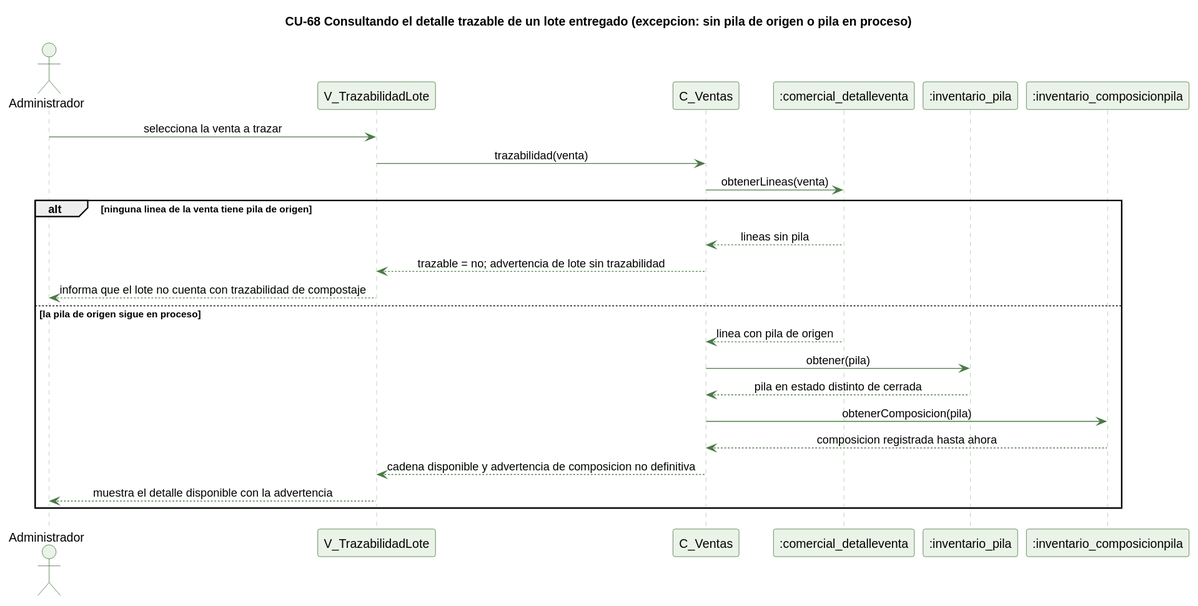
Earlier version of the PlantUML export docs/trabajo-grupal/diagramas/secuencias/cu68-trazabilidad-lote-excepcion.svg (kenjikaese/Triverde). Its diagram source:
```plantuml
@startuml
skinparam backgroundColor #FFFFFF
skinparam shadowing false
skinparam defaultFontName Helvetica
skinparam sequenceMessageAlign center
skinparam ParticipantBackgroundColor #EAF3E7
skinparam ParticipantBorderColor #2E5E2A
skinparam ActorBackgroundColor #EAF3E7
skinparam ActorBorderColor #2E5E2A
skinparam sequenceLifeLineBorderColor #9CC49A
skinparam ArrowColor #4B7A46

title CU-68 Consultando el detalle trazable de un lote entregado (excepcion: sin pila de origen o pila en proceso)

actor Administrador
participant "V_TrazabilidadLote" as V
participant "C_Ventas" as C
participant ":comercial_detalleventa" as DV
participant ":inventario_pila" as PI
participant ":inventario_composicionpila" as CP

Administrador -> V : selecciona la venta a trazar
V -> C : trazabilidad(venta)
C -> DV : obtenerLineas(venta)
alt ninguna linea de la venta tiene pila de origen
  DV --> C : lineas sin pila
  C --> V : trazable = no; advertencia de lote sin trazabilidad
  V --> Administrador : informa que el lote no cuenta con trazabilidad de compostaje
else la pila de origen sigue en proceso
  DV --> C : linea con pila de origen
  C -> PI : obtener(pila)
  PI --> C : pila en estado distinto de cerrada
  C -> CP : obtenerComposicion(pila)
  CP --> C : composicion registrada hasta ahora
  C --> V : cadena disponible y advertencia de composicion no definitiva
  V --> Administrador : muestra el detalle disponible con la advertencia
end
@enduml
```
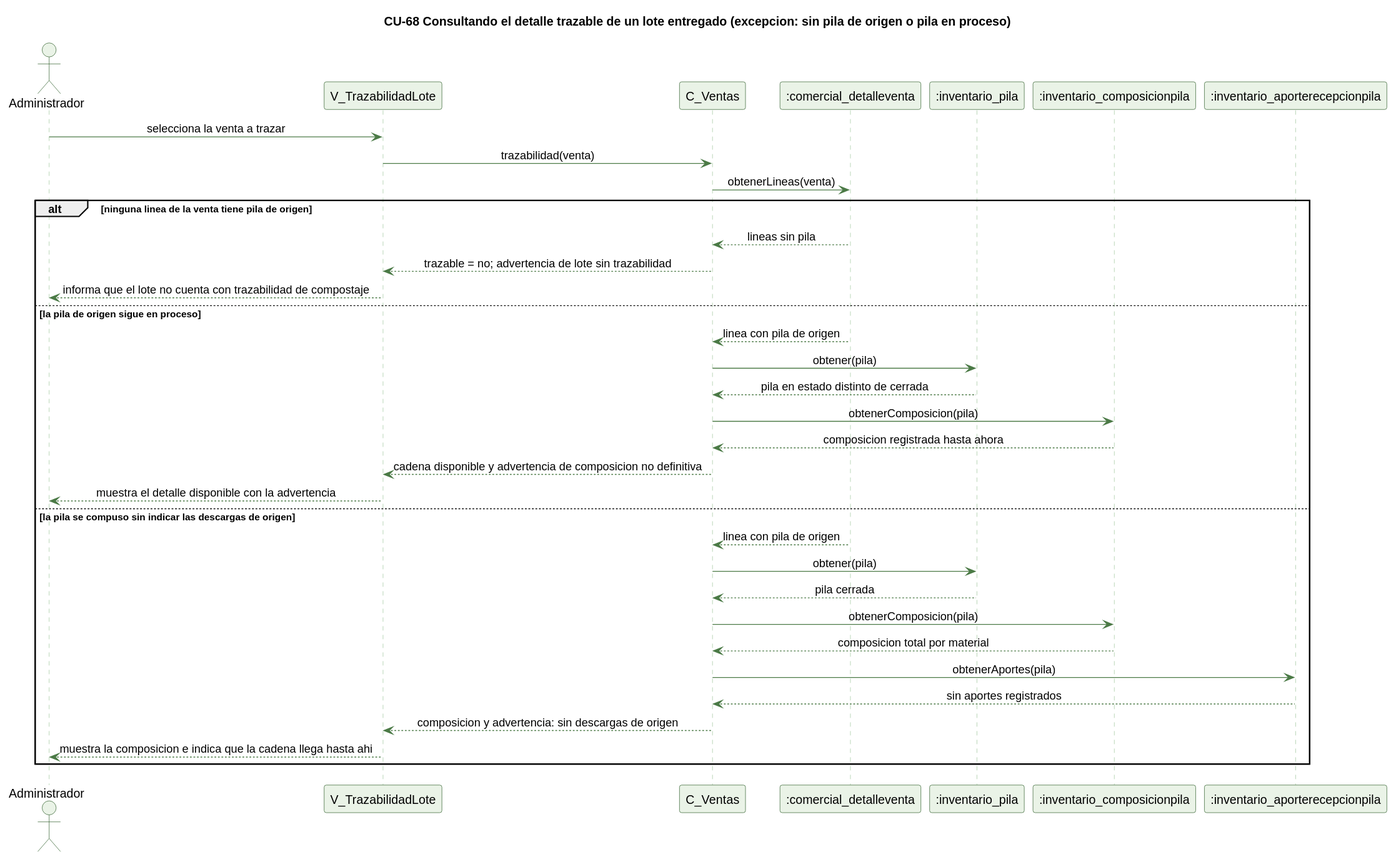
Later version of the same file.

Change to the diagram source:
```diff
@@ -18,6 +18,7 @@
 participant ":comercial_detalleventa" as DV
 participant ":inventario_pila" as PI
 participant ":inventario_composicionpila" as CP
+participant ":inventario_aporterecepcionpila" as AR
 
 Administrador -> V : selecciona la venta a trazar
 V -> C : trazabilidad(venta)
@@ -34,5 +35,15 @@
   CP --> C : composicion registrada hasta ahora
   C --> V : cadena disponible y advertencia de composicion no definitiva
   V --> Administrador : muestra el detalle disponible con la advertencia
+else la pila se compuso sin indicar las descargas de origen
+  DV --> C : linea con pila de origen
+  C -> PI : obtener(pila)
+  PI --> C : pila cerrada
+  C -> CP : obtenerComposicion(pila)
+  CP --> C : composicion total por material
+  C -> AR : obtenerAportes(pila)
+  AR --> C : sin aportes registrados
+  C --> V : composicion y advertencia: sin descargas de origen
+  V --> Administrador : muestra la composicion e indica que la cadena llega hasta ahi
 end
 @enduml
```
